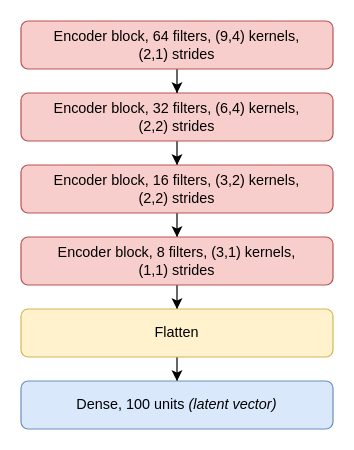
LucaCappelletti94/repairing_genomic_gaps keeps this draw.io diagram as paper_images/autoencoder/encoder.drawio. Above is the earlier version. Source tidied: cells renumbered, new cells numbered last; positions are measured from the earlier drawing's top-left corner, leaving out a move shared by most shapes. Both pictures are drawn from the tidied source at 120%, with x=0, y=0 at pixel (20, 20).
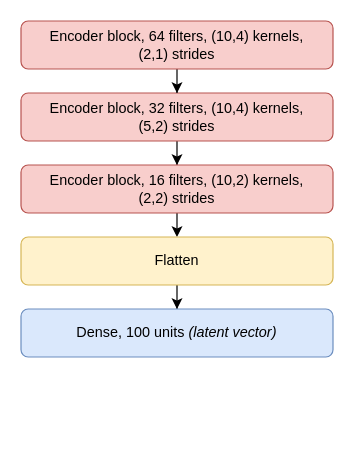
After the change.

What changed in the source:
```diff
@@
 <mxGraphModel>
   <root>
     <mxCell id="0" />
     <mxCell id="1" parent="0" />
     <mxCell id="2" style="edgeStyle=orthogonalEdgeStyle;rounded=0;jettySize=auto;html=1;" parent="1" edge="1" source="3" target="5">
       <mxGeometry relative="1" as="geometry" />
     </mxCell>
-    <mxCell id="3" value="Encoder block, 32 filters, (6,4) kernels,&lt;br&gt;(2,2) strides" style="rounded=1;whiteSpace=wrap;html=1;fillColor=#f8cecc;strokeColor=#b85450;" parent="1" vertex="1">
+    <mxCell id="3" value="Encoder block, 32 filters, (10,4) kernels,&lt;br&gt;(5,2) strides" style="rounded=1;whiteSpace=wrap;html=1;fillColor=#f8cecc;strokeColor=#b85450;" parent="1" vertex="1">
       <mxGeometry y="60" width="260" height="40" as="geometry" />
     </mxCell>
-    <mxCell id="4" style="edgeStyle=orthogonalEdgeStyle;rounded=0;jettySize=auto;html=1;" parent="1" edge="1" source="5" target="7">
-      <mxGeometry relative="1" as="geometry" />
+    <mxCell id="4" style="edgeStyle=orthogonalEdgeStyle;rounded=0;jettySize=auto;html=1;" parent="1" edge="1" source="5">
+      <mxGeometry relative="1" as="geometry">
+        <mxPoint x="130" y="180" as="targetPoint" />
+      </mxGeometry>
     </mxCell>
-    <mxCell id="5" value="Encoder block, 16 filters, (3,2) kernels,&lt;br&gt;(2,2) strides" style="rounded=1;whiteSpace=wrap;html=1;fillColor=#f8cecc;strokeColor=#b85450;" parent="1" vertex="1">
+    <mxCell id="5" value="Encoder block, 16 filters, (10,2) kernels,&lt;br&gt;(2,2) strides" style="rounded=1;whiteSpace=wrap;html=1;fillColor=#f8cecc;strokeColor=#b85450;" parent="1" vertex="1">
       <mxGeometry y="120" width="260" height="40" as="geometry" />
     </mxCell>
-    <mxCell id="6" style="edgeStyle=orthogonalEdgeStyle;rounded=0;jettySize=auto;html=1;" parent="1" edge="1" source="7" target="9">
-      <mxGeometry relative="1" as="geometry" />
-    </mxCell>
-    <mxCell id="7" value="Encoder block, 8 filters, (3,1) kernels,&lt;br&gt;(1,1) strides" style="rounded=1;whiteSpace=wrap;html=1;fillColor=#f8cecc;strokeColor=#b85450;" parent="1" vertex="1">
-      <mxGeometry y="180" width="260" height="40" as="geometry" />
-    </mxCell>
     <mxCell id="8" style="edgeStyle=orthogonalEdgeStyle;rounded=0;jettySize=auto;html=1;" parent="1" edge="1" source="9" target="10">
       <mxGeometry relative="1" as="geometry" />
     </mxCell>
     <mxCell id="9" value="Flatten" style="rounded=1;whiteSpace=wrap;html=1;fillColor=#fff2cc;strokeColor=#d6b656;" parent="1" vertex="1">
-      <mxGeometry y="240" width="260" height="40" as="geometry" />
+      <mxGeometry y="180" width="260" height="40" as="geometry" />
     </mxCell>
     <mxCell id="10" value="Dense, 100 units &lt;i&gt;(latent vector)&lt;/i&gt;" style="rounded=1;whiteSpace=wrap;html=1;fillColor=#dae8fc;strokeColor=#6c8ebf;" parent="1" vertex="1">
-      <mxGeometry y="300" width="260" height="40" as="geometry" />
+      <mxGeometry y="240" width="260" height="40" as="geometry" />
     </mxCell>
     <mxCell id="11" style="edgeStyle=orthogonalEdgeStyle;rounded=0;jettySize=auto;html=1;" parent="1" edge="1" source="12" target="3">
       <mxGeometry relative="1" as="geometry" />
     </mxCell>
-    <mxCell id="12" value="Encoder block, 64 filters, (9,4) kernels,&lt;br&gt;(2,1) strides" style="rounded=1;whiteSpace=wrap;html=1;fillColor=#f8cecc;strokeColor=#b85450;" parent="1" vertex="1">
+    <mxCell id="12" value="Encoder block, 64 filters, (10,4) kernels,&lt;br&gt;(2,1) strides" style="rounded=1;whiteSpace=wrap;html=1;fillColor=#f8cecc;strokeColor=#b85450;" parent="1" vertex="1">
       <mxGeometry width="260" height="40" as="geometry" />
     </mxCell>
   </root>
 </mxGraphModel>
```
